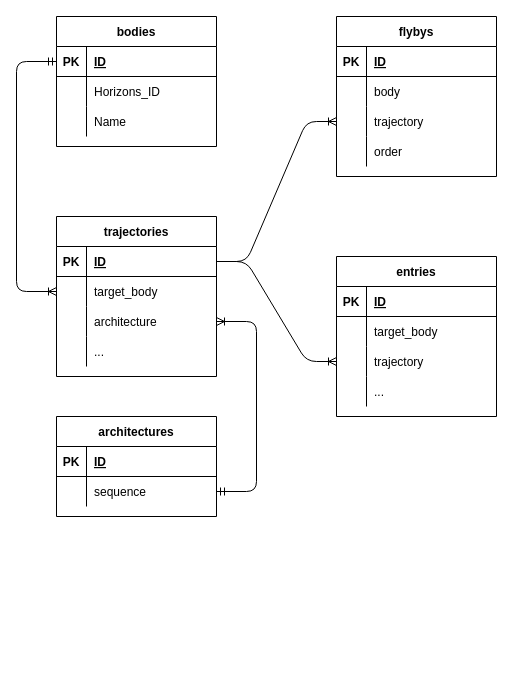
Before: docs/ERD.drawio in jpl-vipre/vipre-data, a draw.io diagram. Source tidied: cells renumbered, new cells numbered last; positions are measured from the earlier drawing's top-left corner, leaving out a move shared by most shapes. Both pictures are drawn from the tidied source at 100%, with x=0, y=0 at pixel (16, 16).
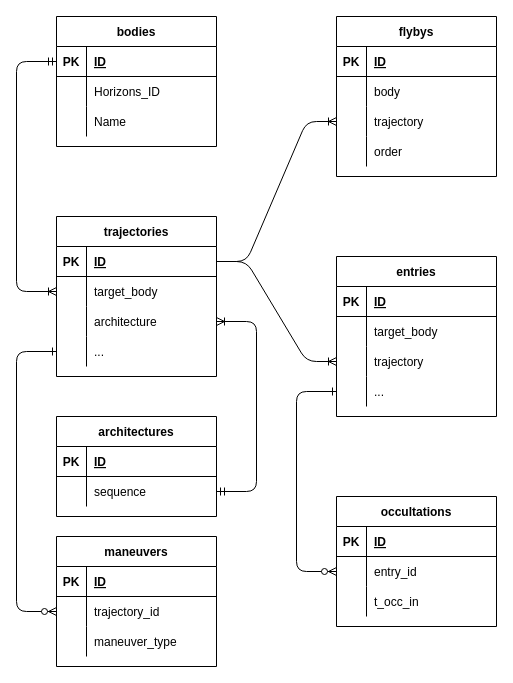
After the change.

Unchanged cells that the change refers to:
```xml
<mxCell id="39" style="shape=partialRectangle;fillColor=none;top=0;left=0;bottom=0;right=0;points=[[0,0.5],[1,0.5]];portConstraint=eastwest;" parent="29" vertex="1">
  <mxGeometry y="120" width="160" height="30" as="geometry" />
</mxCell>
<mxCell id="52" style="shape=partialRectangle;fillColor=none;top=0;left=0;bottom=0;right=0;points=[[0,0.5],[1,0.5]];portConstraint=eastwest;" parent="42" vertex="1">
  <mxGeometry y="120" width="160" height="30" as="geometry" />
</mxCell>
```

The edit, as a diff of the source:
```diff
@@
+    <mxCell id="62" value="maneuvers" style="shape=table;startSize=30;childLayout=tableLayout;rowLines=0;fontStyle=1;align=center;" parent="1" vertex="1">
+      <mxGeometry x="40" y="520" width="160" height="130" as="geometry" />
+    </mxCell>
+    <mxCell id="63" style="shape=partialRectangle;fillColor=none;top=0;left=0;bottom=1;right=0;" parent="62" vertex="1">
+      <mxGeometry y="30" width="160" height="30" as="geometry" />
+    </mxCell>
+    <mxCell id="64" value="PK" style="shape=partialRectangle;fillColor=none;top=0;left=0;bottom=0;right=0;fontStyle=1;overflow=hidden;" parent="63" vertex="1">
+      <mxGeometry width="30" height="30" as="geometry" />
+    </mxCell>
+    <mxCell id="65" value="ID" style="shape=partialRectangle;fillColor=none;top=0;left=0;bottom=0;right=0;align=left;spacingLeft=6;fontStyle=5;overflow=hidden;" parent="63" vertex="1">
+      <mxGeometry x="30" width="130" height="30" as="geometry" />
+    </mxCell>
+    <mxCell id="66" style="shape=partialRectangle;fillColor=none;top=0;left=0;bottom=0;right=0;points=[[0,0.5],[1,0.5]];portConstraint=eastwest;" parent="62" vertex="1">
+      <mxGeometry y="60" width="160" height="30" as="geometry" />
+    </mxCell>
+    <mxCell id="67" style="shape=partialRectangle;fillColor=none;top=0;left=0;bottom=0;right=0;overflow=hidden;" parent="66" vertex="1">
+      <mxGeometry width="30" height="30" as="geometry" />
+    </mxCell>
+    <mxCell id="68" value="trajectory_id" style="shape=partialRectangle;fillColor=none;top=0;left=0;bottom=0;right=0;align=left;spacingLeft=6;overflow=hidden;" parent="66" vertex="1">
+      <mxGeometry x="30" width="130" height="30" as="geometry" />
+    </mxCell>
+    <mxCell id="69" style="shape=partialRectangle;fillColor=none;top=0;left=0;bottom=0;right=0;" parent="62" vertex="1">
+      <mxGeometry y="90" width="160" height="30" as="geometry" />
+    </mxCell>
+    <mxCell id="70" style="shape=partialRectangle;fillColor=none;top=0;left=0;bottom=0;right=0;overflow=hidden;" parent="69" vertex="1">
+      <mxGeometry width="30" height="30" as="geometry" />
+    </mxCell>
+    <mxCell id="71" value="maneuver_type" style="shape=partialRectangle;fillColor=none;top=0;left=0;bottom=0;right=0;align=left;spacingLeft=6;overflow=hidden;" parent="69" vertex="1">
+      <mxGeometry x="30" width="130" height="30" as="geometry" />
+    </mxCell>
+    <mxCell id="72" value="occultations" style="shape=table;startSize=30;childLayout=tableLayout;rowLines=0;fontStyle=1;align=center;" parent="1" vertex="1">
+      <mxGeometry x="320" y="480" width="160" height="130" as="geometry" />
+    </mxCell>
+    <mxCell id="73" style="shape=partialRectangle;fillColor=none;top=0;left=0;bottom=1;right=0;" parent="72" vertex="1">
+      <mxGeometry y="30" width="160" height="30" as="geometry" />
+    </mxCell>
+    <mxCell id="74" value="PK" style="shape=partialRectangle;fillColor=none;top=0;left=0;bottom=0;right=0;fontStyle=1;overflow=hidden;" parent="73" vertex="1">
+      <mxGeometry width="30" height="30" as="geometry" />
+    </mxCell>
+    <mxCell id="75" value="ID" style="shape=partialRectangle;fillColor=none;top=0;left=0;bottom=0;right=0;align=left;spacingLeft=6;fontStyle=5;overflow=hidden;" parent="73" vertex="1">
+      <mxGeometry x="30" width="130" height="30" as="geometry" />
+    </mxCell>
+    <mxCell id="76" style="shape=partialRectangle;fillColor=none;top=0;left=0;bottom=0;right=0;points=[[0,0.5],[1,0.5]];portConstraint=eastwest;" parent="72" vertex="1">
+      <mxGeometry y="60" width="160" height="30" as="geometry" />
+    </mxCell>
+    <mxCell id="77" style="shape=partialRectangle;fillColor=none;top=0;left=0;bottom=0;right=0;overflow=hidden;" parent="76" vertex="1">
+      <mxGeometry width="30" height="30" as="geometry" />
+    </mxCell>
+    <mxCell id="78" value="entry_id" style="shape=partialRectangle;fillColor=none;top=0;left=0;bottom=0;right=0;align=left;spacingLeft=6;overflow=hidden;" parent="76" vertex="1">
+      <mxGeometry x="30" width="130" height="30" as="geometry" />
+    </mxCell>
+    <mxCell id="79" style="shape=partialRectangle;fillColor=none;top=0;left=0;bottom=0;right=0;" parent="72" vertex="1">
+      <mxGeometry y="90" width="160" height="30" as="geometry" />
+    </mxCell>
+    <mxCell id="80" style="shape=partialRectangle;fillColor=none;top=0;left=0;bottom=0;right=0;overflow=hidden;" parent="79" vertex="1">
+      <mxGeometry width="30" height="30" as="geometry" />
+    </mxCell>
+    <mxCell id="81" value="t_occ_in" style="shape=partialRectangle;fillColor=none;top=0;left=0;bottom=0;right=0;align=left;spacingLeft=6;overflow=hidden;" parent="79" vertex="1">
+      <mxGeometry x="30" width="130" height="30" as="geometry" />
+    </mxCell>
+    <mxCell id="82" style="edgeStyle=orthogonalEdgeStyle;fontSize=12;html=1;endArrow=ERzeroToMany;startArrow=ERone;exitX=0;exitY=0.5;exitDx=0;exitDy=0;entryX=0;entryY=0.5;entryDx=0;entryDy=0;startFill=0;endFill=1;" parent="1" edge="1" source="52" target="66">
+      <mxGeometry relative="1" as="geometry">
+        <Array as="points">
+          <mxPoint y="335" />
+          <mxPoint y="595" />
+        </Array>
+      </mxGeometry>
+    </mxCell>
+    <mxCell id="83" style="edgeStyle=orthogonalEdgeStyle;fontSize=12;html=1;endArrow=ERzeroToMany;startArrow=ERone;exitX=0;exitY=0.5;exitDx=0;exitDy=0;entryX=0;entryY=0.5;entryDx=0;entryDy=0;startFill=0;endFill=1;" parent="1" edge="1" source="39" target="76">
+      <mxGeometry relative="1" as="geometry">
+        <Array as="points">
+          <mxPoint x="280" y="375" />
+          <mxPoint x="280" y="555" />
+        </Array>
+      </mxGeometry>
+    </mxCell>
```
